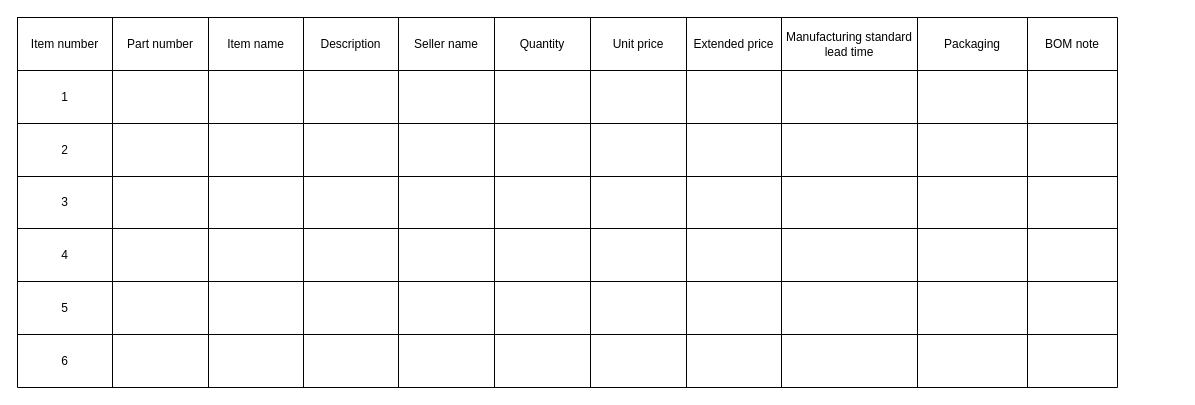
The draw.io diagram Disposal.drawio in amerezoji1362/drawio-github, before the edit. Source tidied: cells renumbered, new cells numbered last; positions are measured from the earlier drawing's top-left corner, leaving out a move shared by most shapes. Both pictures are drawn from the tidied source at 100%, with x=0, y=0 at pixel (17, 17).
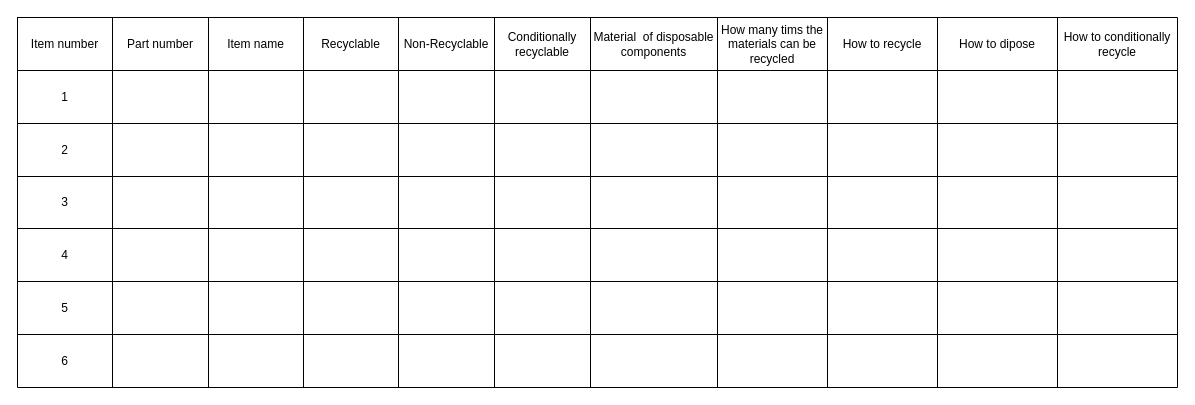
The same page after the edit.

The edit, as a diff of the source:
```diff
@@
     <mxCell id="2" style="shape=table;startSize=0;childLayout=tableLayout;" parent="1" vertex="1">
-      <mxGeometry width="1100" height="370" as="geometry" />
+      <mxGeometry width="1160" height="370" as="geometry" />
     </mxCell>
     <mxCell id="3" style="shape=partialRectangle;fillColor=none;top=0;left=0;bottom=0;right=0;" parent="2" vertex="1">
-      <mxGeometry width="1100" height="53" as="geometry" />
+      <mxGeometry width="1160" height="53" as="geometry" />
     </mxCell>
@@
-    <mxCell id="7" value="Description" style="shape=partialRectangle;html=1;whiteSpace=wrap;overflow=hidden;fillColor=none;top=0;left=0;bottom=0;right=0;" parent="3" vertex="1">
+    <mxCell id="7" value="Recyclable" style="shape=partialRectangle;html=1;whiteSpace=wrap;overflow=hidden;fillColor=none;top=0;left=0;bottom=0;right=0;" parent="3" vertex="1">
       <mxGeometry x="286" width="95" height="53" as="geometry" />
     </mxCell>
-    <mxCell id="8" value="Seller name" style="shape=partialRectangle;html=1;whiteSpace=wrap;overflow=hidden;fillColor=none;top=0;left=0;bottom=0;right=0;" parent="3" vertex="1">
+    <mxCell id="8" value="Non-Recyclable" style="shape=partialRectangle;html=1;whiteSpace=wrap;overflow=hidden;fillColor=none;top=0;left=0;bottom=0;right=0;" parent="3" vertex="1">
       <mxGeometry x="381" width="96" height="53" as="geometry" />
     </mxCell>
-    <mxCell id="9" value="Quantity" style="shape=partialRectangle;html=1;whiteSpace=wrap;overflow=hidden;fillColor=none;top=0;left=0;bottom=0;right=0;" parent="3" vertex="1">
+    <mxCell id="9" value="Conditionally recyclable" style="shape=partialRectangle;html=1;whiteSpace=wrap;overflow=hidden;fillColor=none;top=0;left=0;bottom=0;right=0;" parent="3" vertex="1">
       <mxGeometry x="477" width="96" height="53" as="geometry" />
     </mxCell>
-    <mxCell id="10" value="Unit price" style="shape=partialRectangle;html=1;whiteSpace=wrap;overflow=hidden;fillColor=none;top=0;left=0;bottom=0;right=0;" parent="3" vertex="1">
-      <mxGeometry x="573" width="96" height="53" as="geometry" />
+    <mxCell id="10" value="Material&amp;nbsp; of disposable components" style="shape=partialRectangle;html=1;whiteSpace=wrap;overflow=hidden;fillColor=none;top=0;left=0;bottom=0;right=0;" parent="3" vertex="1">
+      <mxGeometry x="573" width="127" height="53" as="geometry" />
     </mxCell>
-    <mxCell id="11" value="Extended price" style="shape=partialRectangle;html=1;whiteSpace=wrap;overflow=hidden;fillColor=none;top=0;left=0;bottom=0;right=0;" parent="3" vertex="1">
-      <mxGeometry x="669" width="95" height="53" as="geometry" />
+    <mxCell id="11" value="How many tims the materials can be recycled" style="shape=partialRectangle;html=1;whiteSpace=wrap;overflow=hidden;fillColor=none;top=0;left=0;bottom=0;right=0;" parent="3" vertex="1">
+      <mxGeometry x="700" width="110" height="53" as="geometry" />
     </mxCell>
-    <mxCell id="12" value="Manufacturing standard lead time" style="shape=partialRectangle;html=1;whiteSpace=wrap;overflow=hidden;fillColor=none;top=0;left=0;bottom=0;right=0;" parent="3" vertex="1">
-      <mxGeometry x="764" width="136" height="53" as="geometry" />
+    <mxCell id="12" value="How to recycle" style="shape=partialRectangle;html=1;whiteSpace=wrap;overflow=hidden;fillColor=none;top=0;left=0;bottom=0;right=0;" parent="3" vertex="1">
+      <mxGeometry x="810" width="110" height="53" as="geometry" />
     </mxCell>
-    <mxCell id="13" value="Packaging" style="shape=partialRectangle;html=1;whiteSpace=wrap;overflow=hidden;fillColor=none;top=0;left=0;bottom=0;right=0;" parent="3" vertex="1">
-      <mxGeometry x="900" width="110" height="53" as="geometry" />
+    <mxCell id="13" value="How to dipose" style="shape=partialRectangle;html=1;whiteSpace=wrap;overflow=hidden;fillColor=none;top=0;left=0;bottom=0;right=0;" parent="3" vertex="1">
+      <mxGeometry x="920" width="120" height="53" as="geometry" />
     </mxCell>
-    <mxCell id="14" value="BOM note" style="shape=partialRectangle;html=1;whiteSpace=wrap;overflow=hidden;fillColor=none;top=0;left=0;bottom=0;right=0;" parent="3" vertex="1">
-      <mxGeometry x="1010" width="90" height="53" as="geometry" />
+    <mxCell id="14" value="How to conditionally recycle" style="shape=partialRectangle;html=1;whiteSpace=wrap;overflow=hidden;fillColor=none;top=0;left=0;bottom=0;right=0;" parent="3" vertex="1">
+      <mxGeometry x="1040" width="120" height="53" as="geometry" />
     </mxCell>
     <mxCell id="15" style="shape=partialRectangle;fillColor=none;top=0;left=0;bottom=0;right=0;" parent="2" vertex="1">
-      <mxGeometry y="53" width="1100" height="53" as="geometry" />
+      <mxGeometry y="53" width="1160" height="53" as="geometry" />
     </mxCell>
@@
     <mxCell id="22" style="shape=partialRectangle;html=1;whiteSpace=wrap;overflow=hidden;fillColor=none;top=0;left=0;bottom=0;right=0;" parent="15" vertex="1">
-      <mxGeometry x="573" width="96" height="53" as="geometry" />
+      <mxGeometry x="573" width="127" height="53" as="geometry" />
     </mxCell>
     <mxCell id="23" style="shape=partialRectangle;html=1;whiteSpace=wrap;overflow=hidden;fillColor=none;top=0;left=0;bottom=0;right=0;" parent="15" vertex="1">
-      <mxGeometry x="669" width="95" height="53" as="geometry" />
+      <mxGeometry x="700" width="110" height="53" as="geometry" />
     </mxCell>
     <mxCell id="24" style="shape=partialRectangle;html=1;whiteSpace=wrap;overflow=hidden;fillColor=none;top=0;left=0;bottom=0;right=0;" parent="15" vertex="1">
-      <mxGeometry x="764" width="136" height="53" as="geometry" />
+      <mxGeometry x="810" width="110" height="53" as="geometry" />
     </mxCell>
     <mxCell id="25" style="shape=partialRectangle;html=1;whiteSpace=wrap;overflow=hidden;fillColor=none;top=0;left=0;bottom=0;right=0;" parent="15" vertex="1">
-      <mxGeometry x="900" width="110" height="53" as="geometry" />
+      <mxGeometry x="920" width="120" height="53" as="geometry" />
     </mxCell>
     <mxCell id="26" style="shape=partialRectangle;html=1;whiteSpace=wrap;overflow=hidden;fillColor=none;top=0;left=0;bottom=0;right=0;" parent="15" vertex="1">
-      <mxGeometry x="1010" width="90" height="53" as="geometry" />
+      <mxGeometry x="1040" width="120" height="53" as="geometry" />
     </mxCell>
     <mxCell id="27" style="shape=partialRectangle;fillColor=none;top=0;left=0;bottom=0;right=0;" parent="2" vertex="1">
-      <mxGeometry y="106" width="1100" height="53" as="geometry" />
+      <mxGeometry y="106" width="1160" height="53" as="geometry" />
     </mxCell>
@@
     <mxCell id="34" style="shape=partialRectangle;html=1;whiteSpace=wrap;overflow=hidden;fillColor=none;top=0;left=0;bottom=0;right=0;" parent="27" vertex="1">
-      <mxGeometry x="573" width="96" height="53" as="geometry" />
+      <mxGeometry x="573" width="127" height="53" as="geometry" />
     </mxCell>
     <mxCell id="35" style="shape=partialRectangle;html=1;whiteSpace=wrap;overflow=hidden;fillColor=none;top=0;left=0;bottom=0;right=0;" parent="27" vertex="1">
-      <mxGeometry x="669" width="95" height="53" as="geometry" />
+      <mxGeometry x="700" width="110" height="53" as="geometry" />
     </mxCell>
     <mxCell id="36" style="shape=partialRectangle;html=1;whiteSpace=wrap;overflow=hidden;fillColor=none;top=0;left=0;bottom=0;right=0;" parent="27" vertex="1">
-      <mxGeometry x="764" width="136" height="53" as="geometry" />
+      <mxGeometry x="810" width="110" height="53" as="geometry" />
     </mxCell>
     <mxCell id="37" style="shape=partialRectangle;html=1;whiteSpace=wrap;overflow=hidden;fillColor=none;top=0;left=0;bottom=0;right=0;" parent="27" vertex="1">
-      <mxGeometry x="900" width="110" height="53" as="geometry" />
+      <mxGeometry x="920" width="120" height="53" as="geometry" />
     </mxCell>
     <mxCell id="38" style="shape=partialRectangle;html=1;whiteSpace=wrap;overflow=hidden;fillColor=none;top=0;left=0;bottom=0;right=0;" parent="27" vertex="1">
-      <mxGeometry x="1010" width="90" height="53" as="geometry" />
+      <mxGeometry x="1040" width="120" height="53" as="geometry" />
     </mxCell>
     <mxCell id="39" style="shape=partialRectangle;fillColor=none;top=0;left=0;bottom=0;right=0;" parent="2" vertex="1">
-      <mxGeometry y="159" width="1100" height="52" as="geometry" />
+      <mxGeometry y="159" width="1160" height="52" as="geometry" />
     </mxCell>
@@
     <mxCell id="46" style="shape=partialRectangle;html=1;whiteSpace=wrap;overflow=hidden;fillColor=none;top=0;left=0;bottom=0;right=0;" parent="39" vertex="1">
-      <mxGeometry x="573" width="96" height="52" as="geometry" />
+      <mxGeometry x="573" width="127" height="52" as="geometry" />
     </mxCell>
     <mxCell id="47" style="shape=partialRectangle;html=1;whiteSpace=wrap;overflow=hidden;fillColor=none;top=0;left=0;bottom=0;right=0;" parent="39" vertex="1">
-      <mxGeometry x="669" width="95" height="52" as="geometry" />
+      <mxGeometry x="700" width="110" height="52" as="geometry" />
     </mxCell>
     <mxCell id="48" style="shape=partialRectangle;html=1;whiteSpace=wrap;overflow=hidden;fillColor=none;top=0;left=0;bottom=0;right=0;" parent="39" vertex="1">
-      <mxGeometry x="764" width="136" height="52" as="geometry" />
+      <mxGeometry x="810" width="110" height="52" as="geometry" />
     </mxCell>
     <mxCell id="49" style="shape=partialRectangle;html=1;whiteSpace=wrap;overflow=hidden;fillColor=none;top=0;left=0;bottom=0;right=0;" parent="39" vertex="1">
-      <mxGeometry x="900" width="110" height="52" as="geometry" />
+      <mxGeometry x="920" width="120" height="52" as="geometry" />
     </mxCell>
     <mxCell id="50" style="shape=partialRectangle;html=1;whiteSpace=wrap;overflow=hidden;fillColor=none;top=0;left=0;bottom=0;right=0;" parent="39" vertex="1">
-      <mxGeometry x="1010" width="90" height="52" as="geometry" />
+      <mxGeometry x="1040" width="120" height="52" as="geometry" />
     </mxCell>
     <mxCell id="51" style="shape=partialRectangle;fillColor=none;top=0;left=0;bottom=0;right=0;" parent="2" vertex="1">
-      <mxGeometry y="211" width="1100" height="53" as="geometry" />
+      <mxGeometry y="211" width="1160" height="53" as="geometry" />
     </mxCell>
@@
     <mxCell id="58" style="shape=partialRectangle;html=1;whiteSpace=wrap;overflow=hidden;fillColor=none;top=0;left=0;bottom=0;right=0;" parent="51" vertex="1">
-      <mxGeometry x="573" width="96" height="53" as="geometry" />
+      <mxGeometry x="573" width="127" height="53" as="geometry" />
     </mxCell>
     <mxCell id="59" style="shape=partialRectangle;html=1;whiteSpace=wrap;overflow=hidden;fillColor=none;top=0;left=0;bottom=0;right=0;" parent="51" vertex="1">
-      <mxGeometry x="669" width="95" height="53" as="geometry" />
+      <mxGeometry x="700" width="110" height="53" as="geometry" />
     </mxCell>
     <mxCell id="60" style="shape=partialRectangle;html=1;whiteSpace=wrap;overflow=hidden;fillColor=none;top=0;left=0;bottom=0;right=0;" parent="51" vertex="1">
-      <mxGeometry x="764" width="136" height="53" as="geometry" />
+      <mxGeometry x="810" width="110" height="53" as="geometry" />
     </mxCell>
     <mxCell id="61" style="shape=partialRectangle;html=1;whiteSpace=wrap;overflow=hidden;fillColor=none;top=0;left=0;bottom=0;right=0;" parent="51" vertex="1">
-      <mxGeometry x="900" width="110" height="53" as="geometry" />
+      <mxGeometry x="920" width="120" height="53" as="geometry" />
     </mxCell>
     <mxCell id="62" style="shape=partialRectangle;html=1;whiteSpace=wrap;overflow=hidden;fillColor=none;top=0;left=0;bottom=0;right=0;" parent="51" vertex="1">
-      <mxGeometry x="1010" width="90" height="53" as="geometry" />
+      <mxGeometry x="1040" width="120" height="53" as="geometry" />
     </mxCell>
     <mxCell id="63" style="shape=partialRectangle;fillColor=none;top=0;left=0;bottom=0;right=0;" parent="2" vertex="1">
-      <mxGeometry y="264" width="1100" height="53" as="geometry" />
+      <mxGeometry y="264" width="1160" height="53" as="geometry" />
     </mxCell>
@@
     <mxCell id="70" style="shape=partialRectangle;html=1;whiteSpace=wrap;overflow=hidden;fillColor=none;top=0;left=0;bottom=0;right=0;" parent="63" vertex="1">
-      <mxGeometry x="573" width="96" height="53" as="geometry" />
+      <mxGeometry x="573" width="127" height="53" as="geometry" />
     </mxCell>
     <mxCell id="71" style="shape=partialRectangle;html=1;whiteSpace=wrap;overflow=hidden;fillColor=none;top=0;left=0;bottom=0;right=0;" parent="63" vertex="1">
-      <mxGeometry x="669" width="95" height="53" as="geometry" />
+      <mxGeometry x="700" width="110" height="53" as="geometry" />
     </mxCell>
     <mxCell id="72" style="shape=partialRectangle;html=1;whiteSpace=wrap;overflow=hidden;fillColor=none;top=0;left=0;bottom=0;right=0;" parent="63" vertex="1">
-      <mxGeometry x="764" width="136" height="53" as="geometry" />
+      <mxGeometry x="810" width="110" height="53" as="geometry" />
     </mxCell>
     <mxCell id="73" style="shape=partialRectangle;html=1;whiteSpace=wrap;overflow=hidden;fillColor=none;top=0;left=0;bottom=0;right=0;" parent="63" vertex="1">
-      <mxGeometry x="900" width="110" height="53" as="geometry" />
+      <mxGeometry x="920" width="120" height="53" as="geometry" />
     </mxCell>
     <mxCell id="74" style="shape=partialRectangle;html=1;whiteSpace=wrap;overflow=hidden;fillColor=none;top=0;left=0;bottom=0;right=0;" parent="63" vertex="1">
-      <mxGeometry x="1010" width="90" height="53" as="geometry" />
+      <mxGeometry x="1040" width="120" height="53" as="geometry" />
     </mxCell>
     <mxCell id="75" style="shape=partialRectangle;fillColor=none;top=0;left=0;bottom=0;right=0;" parent="2" vertex="1">
-      <mxGeometry y="317" width="1100" height="53" as="geometry" />
+      <mxGeometry y="317" width="1160" height="53" as="geometry" />
     </mxCell>
@@
     <mxCell id="82" style="shape=partialRectangle;html=1;whiteSpace=wrap;overflow=hidden;fillColor=none;top=0;left=0;bottom=0;right=0;" parent="75" vertex="1">
-      <mxGeometry x="573" width="96" height="53" as="geometry" />
+      <mxGeometry x="573" width="127" height="53" as="geometry" />
     </mxCell>
     <mxCell id="83" style="shape=partialRectangle;html=1;whiteSpace=wrap;overflow=hidden;fillColor=none;top=0;left=0;bottom=0;right=0;" parent="75" vertex="1">
-      <mxGeometry x="669" width="95" height="53" as="geometry" />
+      <mxGeometry x="700" width="110" height="53" as="geometry" />
     </mxCell>
     <mxCell id="84" style="shape=partialRectangle;html=1;whiteSpace=wrap;overflow=hidden;fillColor=none;top=0;left=0;bottom=0;right=0;" parent="75" vertex="1">
-      <mxGeometry x="764" width="136" height="53" as="geometry" />
+      <mxGeometry x="810" width="110" height="53" as="geometry" />
     </mxCell>
     <mxCell id="85" style="shape=partialRectangle;html=1;whiteSpace=wrap;overflow=hidden;fillColor=none;top=0;left=0;bottom=0;right=0;" parent="75" vertex="1">
-      <mxGeometry x="900" width="110" height="53" as="geometry" />
+      <mxGeometry x="920" width="120" height="53" as="geometry" />
     </mxCell>
     <mxCell id="86" style="shape=partialRectangle;html=1;whiteSpace=wrap;overflow=hidden;fillColor=none;top=0;left=0;bottom=0;right=0;" parent="75" vertex="1">
-      <mxGeometry x="1010" width="90" height="53" as="geometry" />
+      <mxGeometry x="1040" width="120" height="53" as="geometry" />
     </mxCell>
```
